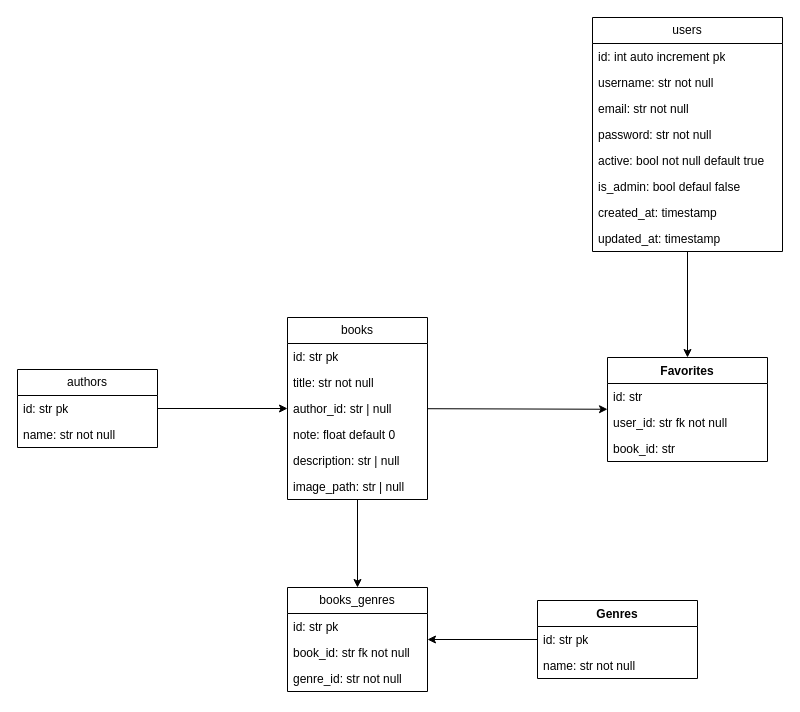
This is docs/db.drawio from yoshtempest/manhwa-library, a draw.io file, before an edit. Source tidied: cells renumbered, new cells numbered last; positions are measured from the earlier drawing's top-left corner, leaving out a move shared by most shapes. Both pictures are drawn from the tidied source at 100%, with x=0, y=0 at pixel (17, 17).
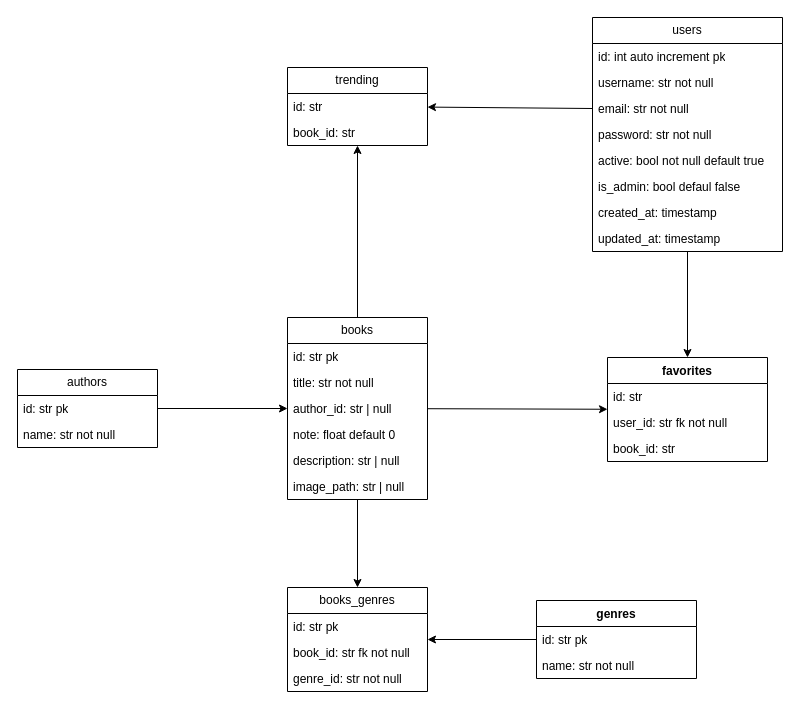
The same page after the edit.

Unchanged cells that the change refers to:
```xml
<mxCell id="4" value="books" style="swimlane;fontStyle=0;horizontal=1;startSize=26;fillColor=none;whiteSpace=wrap;html=1;" parent="1" vertex="1">
  <mxGeometry x="270" y="300" width="140" height="182" as="geometry" />
</mxCell>
<mxCell id="27" value="email: str not null" style="text;strokeColor=none;fillColor=none;align=left;verticalAlign=top;spacingLeft=4;spacingRight=4;overflow=hidden;points=[[0,0.5],[1,0.5]];portConstraint=eastwest;whiteSpace=wrap;html=1;" parent="24" vertex="1">
  <mxGeometry y="78" width="190" height="26" as="geometry" />
</mxCell>
```

Diff of the diagram source:
```diff
@@
+    <mxCell id="37" style="edgeStyle=none;html=1;" parent="1" edge="1" source="4" target="39">
+      <mxGeometry relative="1" as="geometry" />
+    </mxCell>
@@
-    <mxCell id="16" value="Genres" style="swimlane;fontStyle=1;align=center;verticalAlign=top;horizontal=1;startSize=26;whiteSpace=wrap;html=1;" parent="1" vertex="1">
-      <mxGeometry x="520" y="583" width="160" height="78" as="geometry" />
+    <mxCell id="16" value="genres" style="swimlane;fontStyle=1;align=center;verticalAlign=top;horizontal=1;startSize=26;whiteSpace=wrap;html=1;" parent="1" vertex="1">
+      <mxGeometry x="519" y="583" width="160" height="78" as="geometry" />
     </mxCell>
@@
+    <mxCell id="38" style="edgeStyle=none;html=1;exitX=0;exitY=0.5;exitDx=0;exitDy=0;" parent="1" edge="1" source="27" target="39">
+      <mxGeometry relative="1" as="geometry" />
+    </mxCell>
@@
-    <mxCell id="33" value="Favorites" style="swimlane;fontStyle=1;align=center;verticalAlign=top;horizontal=1;startSize=26;whiteSpace=wrap;html=1;" parent="1" vertex="1">
+    <mxCell id="33" value="favorites" style="swimlane;fontStyle=1;align=center;verticalAlign=top;horizontal=1;startSize=26;whiteSpace=wrap;html=1;" parent="1" vertex="1">
       <mxGeometry x="590" y="340" width="160" height="104" as="geometry" />
     </mxCell>
@@
+    <mxCell id="39" value="trending" style="swimlane;fontStyle=0;horizontal=1;startSize=26;fillColor=none;whiteSpace=wrap;html=1;" parent="1" vertex="1">
+      <mxGeometry x="270" y="50" width="140" height="78" as="geometry" />
+    </mxCell>
+    <mxCell id="40" value="id: str" style="text;strokeColor=none;fillColor=none;align=left;verticalAlign=top;spacingLeft=4;spacingRight=4;overflow=hidden;whiteSpace=wrap;html=1;" parent="39" vertex="1">
+      <mxGeometry y="26" width="140" height="26" as="geometry" />
+    </mxCell>
+    <mxCell id="41" value="book_id: str" style="text;strokeColor=none;fillColor=none;align=left;verticalAlign=top;spacingLeft=4;spacingRight=4;overflow=hidden;whiteSpace=wrap;html=1;" parent="39" vertex="1">
+      <mxGeometry y="52" width="140" height="26" as="geometry" />
+    </mxCell>
```
